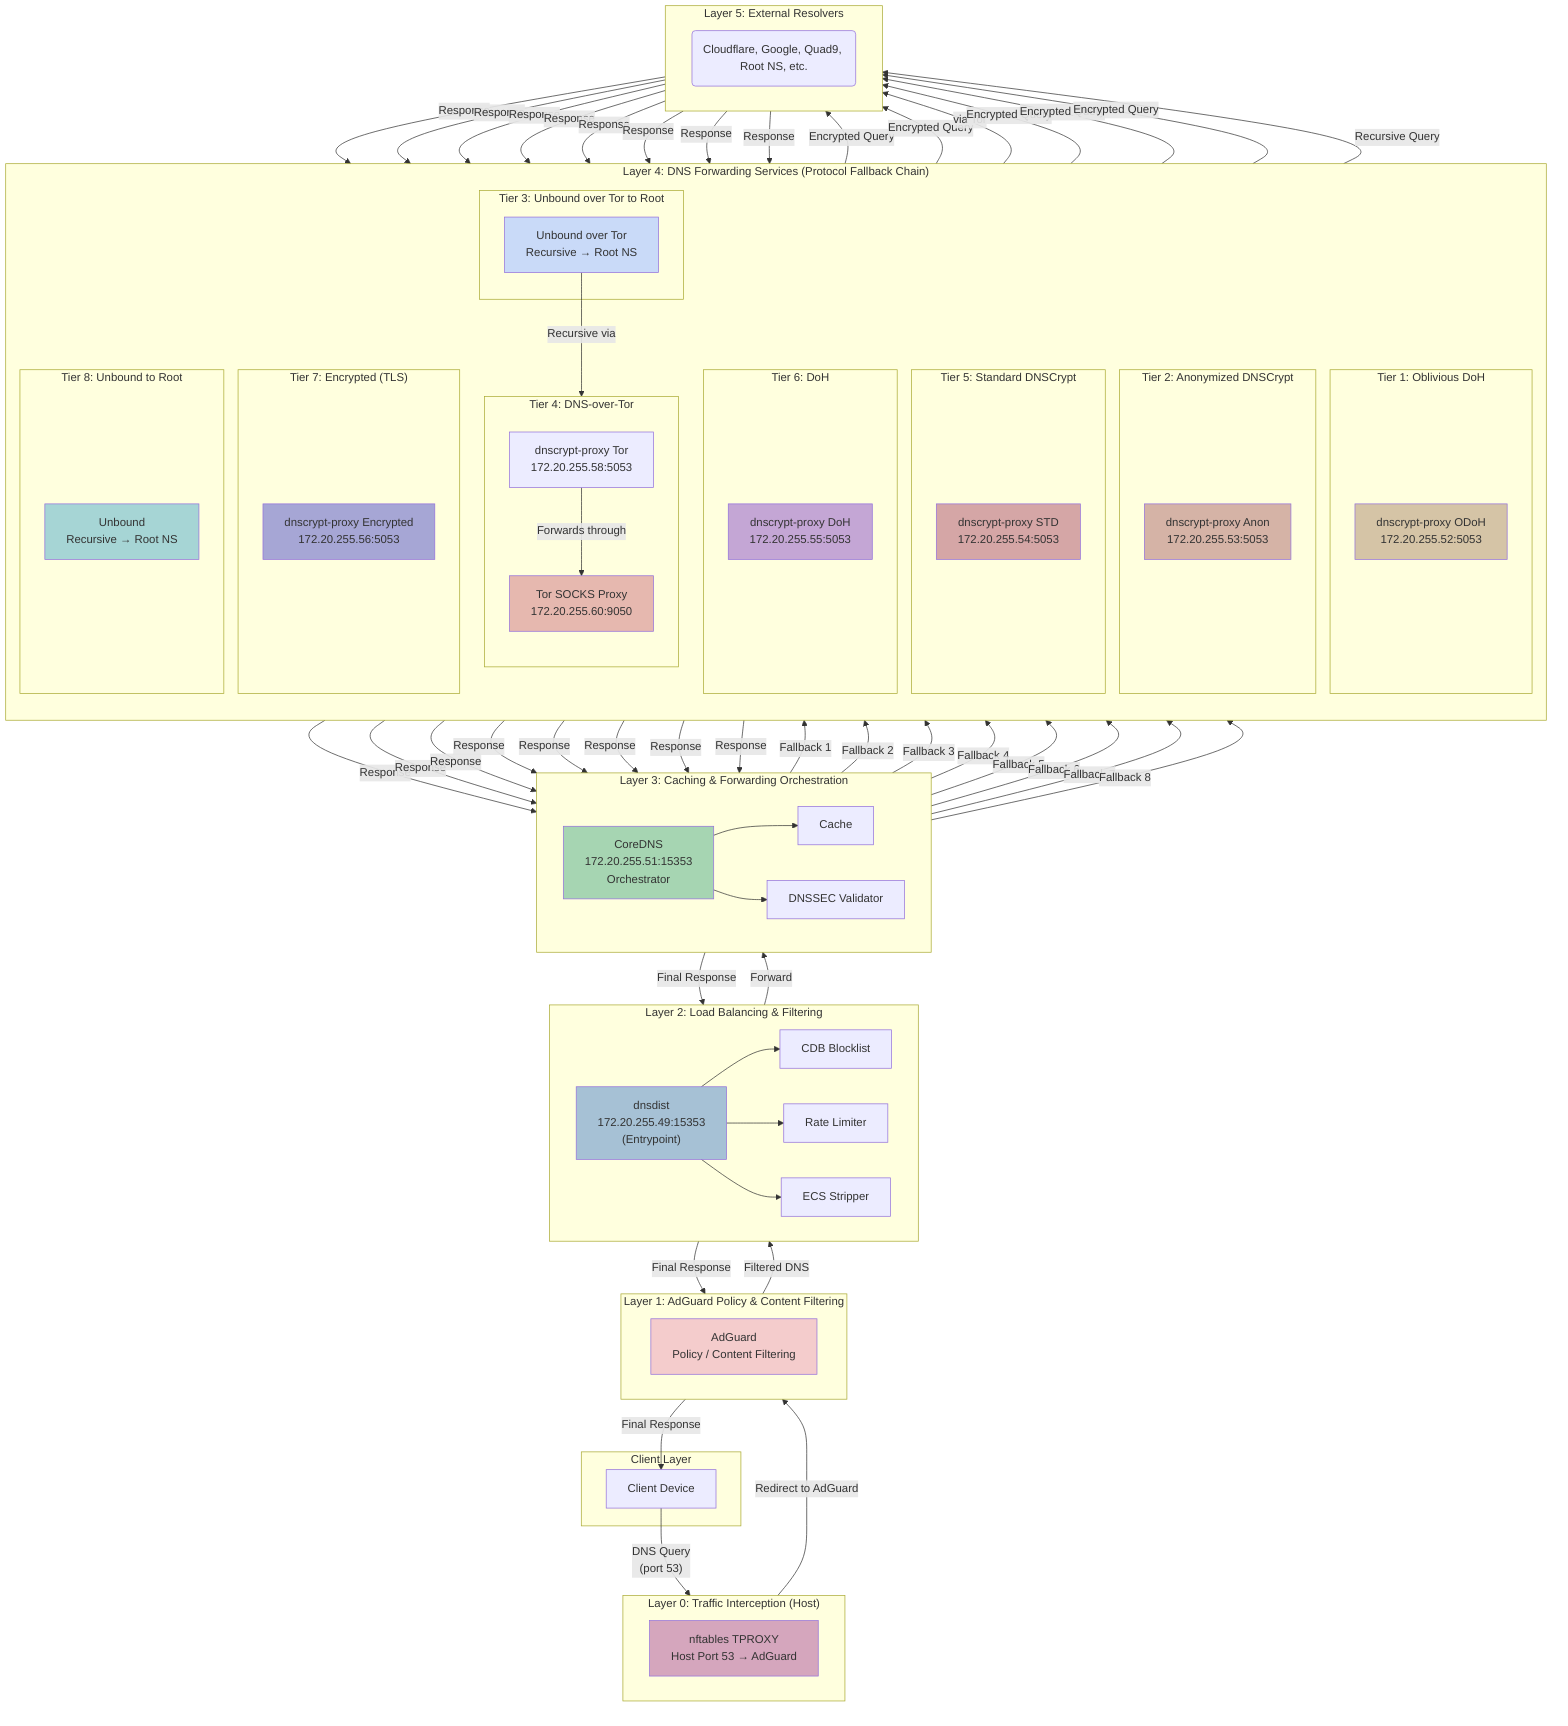
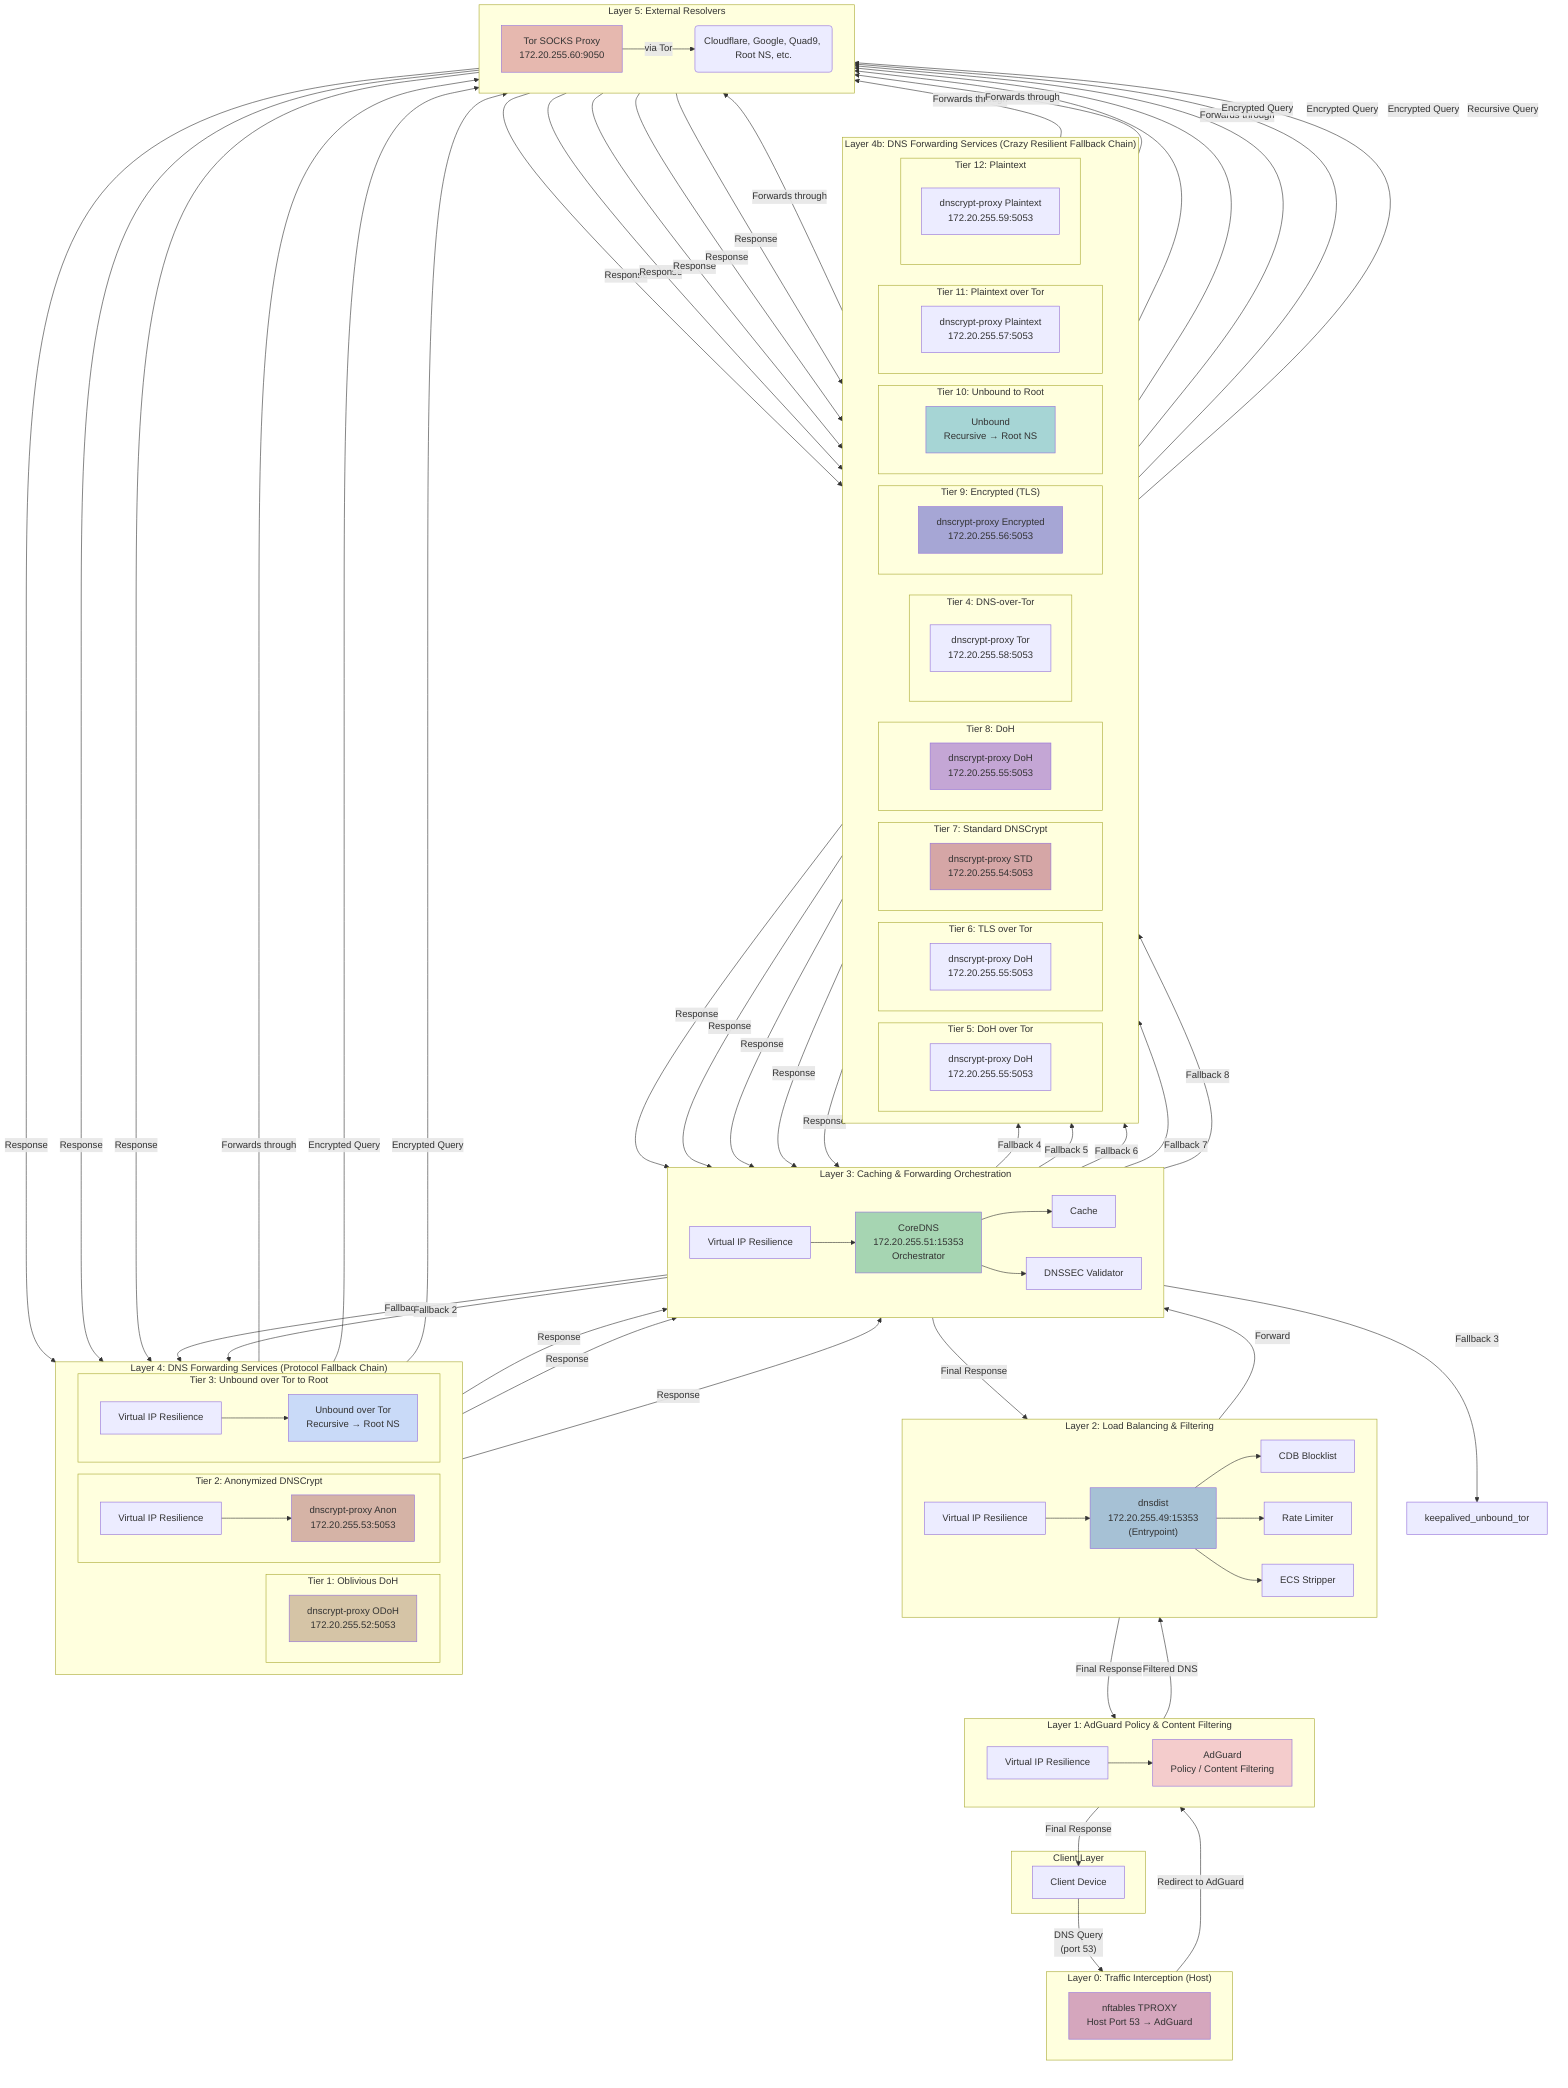
graph TD
    subgraph "Client Layer"
        Client[Client Device]
    end

    subgraph "Layer 0: Traffic Interception (Host)"
        direction LR
        nftables[nftables TPROXY<br>Host Port 53 → AdGuard]
    end

    subgraph "Layer 1: AdGuard Policy & Content Filtering"
        direction LR
-         adguard["AdGuard<br>Policy / Content Filtering"]
+         keepalived_adguard[Virtual IP Resilience] --> adguard["AdGuard<br>Policy / Content Filtering"]
    end

    subgraph "Layer 2: Load Balancing & Filtering"
        direction LR
-         dnsdist["dnsdist<br>172.20.255.49:15353<br>(Entrypoint)"]
+         keepalived_dnsdist[Virtual IP Resilience] --> dnsdist["dnsdist<br>172.20.255.49:15353<br>(Entrypoint)"]
        dnsdist --> Blocklist[CDB Blocklist]
        dnsdist --> RateLimit[Rate Limiter]
        dnsdist --> ECSStrip[ECS Stripper]
    end

    subgraph "Layer 3: Caching & Forwarding Orchestration"
        direction LR
-         coredns["CoreDNS<br>172.20.255.51:15353<br>Orchestrator"]
+         keepalived_coredns[Virtual IP Resilience] --> coredns["CoreDNS<br>172.20.255.51:15353<br>Orchestrator"]
        coredns --> Cache[Cache]
        coredns --> DNSSEC[DNSSEC Validator]
    end

    subgraph "Layer 4: DNS Forwarding Services (Protocol Fallback Chain)"
-         direction TB
+         direction LR
        subgraph "Tier 1: Oblivious DoH"
            dnscrypt_odoh["dnscrypt-proxy ODoH<br>172.20.255.52:5053"]
        end
        subgraph "Tier 2: Anonymized DNSCrypt"
-             dnscrypt_anon["dnscrypt-proxy Anon<br>172.20.255.53:5053"]
+             keepalived_dnscrypt_anon[Virtual IP Resilience] --> dnscrypt_anon["dnscrypt-proxy Anon<br>172.20.255.53:5053"]
        end
        subgraph "Tier 3: Unbound over Tor to Root"
-             unbound_tor["Unbound over Tor<br>Recursive → Root NS"]
-         end
-         subgraph "Tier 4: DNS-over-Tor"
-             direction TB
-             dnscrypt_tor["dnscrypt-proxy Tor<br>172.20.255.58:5053"]
-             tor_proxy["Tor SOCKS Proxy<br>172.20.255.60:9050"]
-             dnscrypt_tor -- "Forwards through" --> tor_proxy
-             unbound_tor -- "Recursive via" --> tor_proxy
-         end
-         subgraph "Tier 5: Standard DNSCrypt"
-             dnscrypt_std["dnscrypt-proxy STD<br>172.20.255.54:5053"]
-         end
-         subgraph "Tier 6: DoH"
-             dnscrypt_doh["dnscrypt-proxy DoH<br>172.20.255.55:5053"]
-         end
-         subgraph "Tier 7: Encrypted (TLS)"
-             dnscrypt_encrypted["dnscrypt-proxy Encrypted<br>172.20.255.56:5053"]
-         end
-         subgraph "Tier 8: Unbound to Root"
-             unbound_root["Unbound<br>Recursive → Root NS"]
+             keepalived_unbound[Virtual IP Resilience] --> unbound_tor["Unbound over Tor<br>Recursive → Root NS"]
        end
    end

+     subgraph "Layer 4b: DNS Forwarding Services (Crazy Resilient Fallback Chain)"
+         direction LR
+         subgraph "Tier 4: DNS-over-Tor"
+             direction TB
+             dnscrypt_dnscrypt_tor["dnscrypt-proxy Tor<br>172.20.255.58:5053"]
+         end
+         subgraph "Tier 5: DoH over Tor"
+             dnscrypt_doh_tor["dnscrypt-proxy DoH<br>172.20.255.55:5053"]
+         end
+         subgraph "Tier 6: TLS over Tor"
+             dnscrypt_tls_tor["dnscrypt-proxy DoH<br>172.20.255.55:5053"]
+         end
+         subgraph "Tier 7: Standard DNSCrypt"
+             dnscrypt_std["dnscrypt-proxy STD<br>172.20.255.54:5053"]
+         end
+         subgraph "Tier 8: DoH"
+             dnscrypt_doh["dnscrypt-proxy DoH<br>172.20.255.55:5053"]
+         end
+         subgraph "Tier 9: Encrypted (TLS)"
+             dnscrypt_encrypted["dnscrypt-proxy Encrypted<br>172.20.255.56:5053"]
+         end
+         subgraph "Tier 10: Unbound to Root"
+             unbound_root["Unbound<br>Recursive → Root NS"]
+         end
+         subgraph "Tier 11: Plaintext over Tor"
+             dnscrypt_plaintext_tor["dnscrypt-proxy Plaintext<br>172.20.255.57:5053"]
+         end
+         subgraph "Tier 12: Plaintext"
+             dnscrypt_plaintext["dnscrypt-proxy Plaintext<br>172.20.255.59:5053"]
+         end
+     end
+ 
+ 
    subgraph "Layer 5: External Resolvers"
        direction LR
+         unbound_tor -- "Forwards through" --> tor_proxy
+         dnscrypt_dnscrypt_tor -- "Forwards through" --> tor_proxy
+         dnscrypt_doh_tor -- "Forwards through" --> tor_proxy
+         dnscrypt_tls_tor -- "Forwards through" --> tor_proxy
+         dnscrypt_plaintext_tor -- "Forwards through" --> tor_proxy
+         tor_proxy["Tor SOCKS Proxy<br>172.20.255.60:9050"]
        Resolvers(Cloudflare, Google, Quad9, Root NS, etc.)
    end

    %% Connections
    Client -- "DNS Query<br>(port 53)" --> nftables
-     nftables -- "Redirect to AdGuard" --> adguard
-     adguard -- "Filtered DNS" --> dnsdist
-     dnsdist -- "Forward" --> coredns
+     nftables -- "Redirect to AdGuard" --> keepalived_adguard
+     adguard -- "Filtered DNS" --> keepalived_dnsdist
+     dnsdist -- "Forward" --> keepalived_coredns

    coredns -- "Fallback 1" --> dnscrypt_odoh
-     coredns -- "Fallback 2" --> dnscrypt_anon
-     coredns -- "Fallback 3" --> unbound_tor
-     coredns -- "Fallback 4" --> dnscrypt_tor
+     coredns -- "Fallback 2" --> keepalived_dnscrypt_anon
+     coredns -- "Fallback 3" --> keepalived_unbound_tor
+     coredns -- "Fallback 4" --> dnscrypt_dnscrypt_tor
    coredns -- "Fallback 5" --> dnscrypt_std
    coredns -- "Fallback 6" --> dnscrypt_doh
    coredns -- "Fallback 7" --> dnscrypt_encrypted
    coredns -- "Fallback 8" --> unbound_root

    dnscrypt_odoh -- "Encrypted Query" --> Resolvers
    dnscrypt_anon -- "Encrypted Query" --> Resolvers
    tor_proxy -- "via Tor" --> Resolvers
    dnscrypt_std -- "Encrypted Query" --> Resolvers
    dnscrypt_doh -- "Encrypted Query" --> Resolvers
    dnscrypt_encrypted -- "Encrypted Query" --> Resolvers
    unbound_root -- "Recursive Query" --> Resolvers

    Resolvers -- "Response" --> dnscrypt_odoh
    Resolvers -- "Response" --> dnscrypt_anon
    Resolvers -- "Response" --> unbound_tor
-     Resolvers -- "Response" --> dnscrypt_tor
+     Resolvers -- "Response" --> dnscrypt_dnscrypt_tor
    Resolvers -- "Response" --> dnscrypt_std
    Resolvers -- "Response" --> dnscrypt_doh
    Resolvers -- "Response" --> dnscrypt_encrypted
    Resolvers -- "Response" --> unbound_root

    dnscrypt_odoh -- "Response" --> coredns
    dnscrypt_anon -- "Response" --> coredns
    unbound_tor -- "Response" --> coredns
-     dnscrypt_tor -- "Response" --> coredns
+     dnscrypt_dnscrypt_tor -- "Response" --> coredns
    dnscrypt_std -- "Response" --> coredns
    dnscrypt_doh -- "Response" --> coredns
    dnscrypt_encrypted -- "Response" --> coredns
    unbound_root -- "Response" --> coredns

    coredns -- "Final Response" --> dnsdist
    dnsdist -- "Final Response" --> adguard
	adguard -- "Final Response" --> Client

    %% Styling
    style nftables fill:#D5A6BD
    style dnsdist fill:#A6C1D5
    style coredns fill:#A6D5B2
    style dnscrypt_odoh fill:#D5C4A6
    style dnscrypt_anon fill:#D5B3A6
    style dnscrypt_std fill:#D5A6A6
    style dnscrypt_doh fill:#C4A6D5
    style dnscrypt_encrypted fill:#A6A6D5
    style unbound_root fill:#A6D5D5
    style tor_proxy fill:#E6B8AF
    style adguard fill:#F4CCCC
    style unbound_tor fill:#C9DAF8
